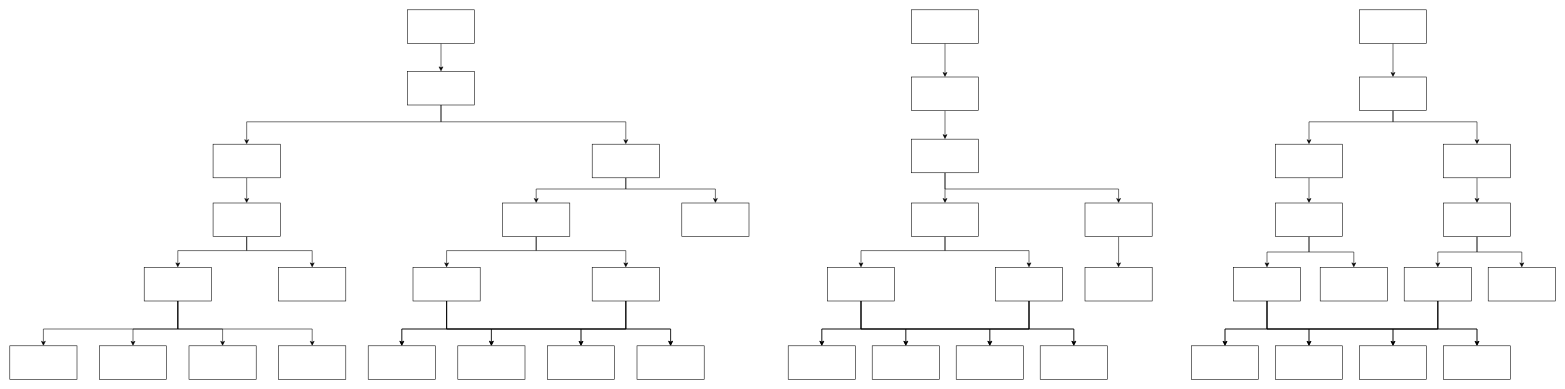
Above: page "attack-tree" (13 of 13) of assets/crypto-wallets.drawio in xujiahuayz/crypto-wallets (draw.io), before the change. Source tidied: cells renumbered, new cells numbered last; positions are measured from the earlier drawing's top-left corner, leaving out a move shared by most shapes. Both pictures are drawn from the tidied source at 56%, with x=0, y=0 at pixel (10, 10).
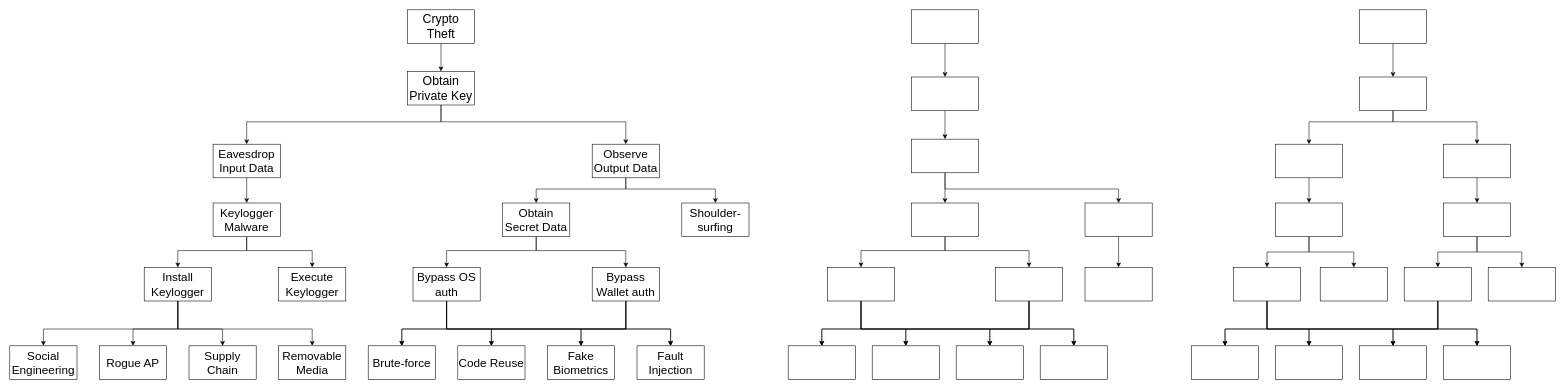
After the change.

Change to the diagram source:
```diff
@@
-    <mxCell id="2" style="rounded=0;whiteSpace=wrap;html=1;" parent="1" vertex="1">
+    <mxCell id="2" value="&lt;font style=&quot;font-size: 21px;&quot;&gt;Code Reuse&lt;/font&gt;" style="rounded=0;whiteSpace=wrap;html=1;" parent="1" vertex="1">
       <mxGeometry x="800" y="600" width="120" height="60" as="geometry" />
     </mxCell>
-    <mxCell id="3" style="rounded=0;whiteSpace=wrap;html=1;" parent="1" vertex="1">
+    <mxCell id="3" value="&lt;font style=&quot;font-size: 21px;&quot;&gt;Fake Biometrics&lt;/font&gt;" style="rounded=0;whiteSpace=wrap;html=1;" parent="1" vertex="1">
       <mxGeometry x="960" y="600" width="120" height="60" as="geometry" />
     </mxCell>
-    <mxCell id="4" style="rounded=0;whiteSpace=wrap;html=1;" parent="1" vertex="1">
+    <mxCell id="4" value="&lt;font style=&quot;font-size: 21px;&quot;&gt;Brute-force&lt;/font&gt;" style="rounded=0;whiteSpace=wrap;html=1;" parent="1" vertex="1">
       <mxGeometry x="640" y="600" width="120" height="60" as="geometry" />
     </mxCell>
-    <mxCell id="5" style="rounded=0;whiteSpace=wrap;html=1;" parent="1" vertex="1">
+    <mxCell id="5" value="&lt;font style=&quot;font-size: 21px;&quot;&gt;Fault Injection&lt;/font&gt;" style="rounded=0;whiteSpace=wrap;html=1;" parent="1" vertex="1">
       <mxGeometry x="1120" y="600" width="120" height="60" as="geometry" />
     </mxCell>
@@
-    <mxCell id="7" style="rounded=0;whiteSpace=wrap;html=1;" parent="1" vertex="1">
+    <mxCell id="7" value="&lt;font style=&quot;font-size: 21px;&quot;&gt;Removable Media&lt;/font&gt;" style="rounded=0;whiteSpace=wrap;html=1;" parent="1" vertex="1">
       <mxGeometry x="480" y="600" width="120" height="60" as="geometry" />
     </mxCell>
@@
-    <mxCell id="9" style="rounded=0;whiteSpace=wrap;html=1;" parent="1" vertex="1">
+    <mxCell id="9" value="&lt;font style=&quot;font-size: 21px;&quot;&gt;Supply Chain&lt;/font&gt;" style="rounded=0;whiteSpace=wrap;html=1;" parent="1" vertex="1">
       <mxGeometry x="320" y="600" width="120" height="60" as="geometry" />
     </mxCell>
@@
-    <mxCell id="11" style="rounded=0;whiteSpace=wrap;html=1;" parent="1" vertex="1">
+    <mxCell id="11" value="&lt;font style=&quot;font-size: 21px;&quot;&gt;Rogue AP&lt;/font&gt;" style="rounded=0;whiteSpace=wrap;html=1;" parent="1" vertex="1">
       <mxGeometry x="160" y="600" width="120" height="60" as="geometry" />
     </mxCell>
@@
-    <mxCell id="13" style="rounded=0;whiteSpace=wrap;html=1;" parent="1" vertex="1">
+    <mxCell id="13" value="&lt;font style=&quot;font-size: 21px;&quot;&gt;Social Engineering&lt;/font&gt;" style="rounded=0;whiteSpace=wrap;html=1;" parent="1" vertex="1">
       <mxGeometry y="600" width="120" height="60" as="geometry" />
     </mxCell>
-    <mxCell id="14" style="rounded=0;whiteSpace=wrap;html=1;" parent="1" vertex="1">
+    <mxCell id="14" value="&lt;font style=&quot;font-size: 21px;&quot;&gt;Install Keylogger&lt;/font&gt;" style="rounded=0;whiteSpace=wrap;html=1;" parent="1" vertex="1">
       <mxGeometry x="240" y="460" width="120" height="60" as="geometry" />
     </mxCell>
@@
-    <mxCell id="19" style="rounded=0;whiteSpace=wrap;html=1;" parent="1" vertex="1">
+    <mxCell id="19" value="&lt;font style=&quot;font-size: 21px;&quot;&gt;Bypass OS auth&lt;/font&gt;" style="rounded=0;whiteSpace=wrap;html=1;" parent="1" vertex="1">
       <mxGeometry x="720" y="460" width="120" height="60" as="geometry" />
     </mxCell>
@@
-    <mxCell id="24" style="rounded=0;whiteSpace=wrap;html=1;" parent="1" vertex="1">
+    <mxCell id="24" value="&lt;font style=&quot;font-size: 21px;&quot;&gt;Bypass Wallet auth&lt;/font&gt;" style="rounded=0;whiteSpace=wrap;html=1;" parent="1" vertex="1">
       <mxGeometry x="1040" y="460" width="120" height="60" as="geometry" />
     </mxCell>
-    <mxCell id="25" style="rounded=0;whiteSpace=wrap;html=1;" parent="1" vertex="1">
+    <mxCell id="25" value="&lt;font style=&quot;font-size: 21px;&quot;&gt;Execute Keylogger&lt;/font&gt;" style="rounded=0;whiteSpace=wrap;html=1;" parent="1" vertex="1">
       <mxGeometry x="480" y="460" width="120" height="60" as="geometry" />
     </mxCell>
@@
-    <mxCell id="28" style="rounded=0;whiteSpace=wrap;html=1;" parent="1" vertex="1">
+    <mxCell id="28" value="&lt;font style=&quot;font-size: 21px;&quot;&gt;Keylogger Malware&lt;/font&gt;" style="rounded=0;whiteSpace=wrap;html=1;" parent="1" vertex="1">
       <mxGeometry x="363" y="345" width="120" height="60" as="geometry" />
     </mxCell>
@@
-    <mxCell id="31" style="rounded=0;whiteSpace=wrap;html=1;" parent="1" vertex="1">
+    <mxCell id="31" value="&lt;font style=&quot;font-size: 21px;&quot;&gt;Obtain Secret Data&lt;/font&gt;" style="rounded=0;whiteSpace=wrap;html=1;" parent="1" vertex="1">
       <mxGeometry x="880" y="345" width="120" height="60" as="geometry" />
     </mxCell>
-    <mxCell id="32" style="rounded=0;whiteSpace=wrap;html=1;" parent="1" vertex="1">
+    <mxCell id="32" value="&lt;font style=&quot;font-size: 21px;&quot;&gt;Shoulder-surfing&lt;/font&gt;" style="rounded=0;whiteSpace=wrap;html=1;" parent="1" vertex="1">
       <mxGeometry x="1200" y="345" width="120" height="60" as="geometry" />
     </mxCell>
@@
-    <mxCell id="35" style="rounded=0;whiteSpace=wrap;html=1;" parent="1" vertex="1">
+    <mxCell id="35" value="&lt;font style=&quot;font-size: 21px;&quot;&gt;Observe Output Data&lt;/font&gt;" style="rounded=0;whiteSpace=wrap;html=1;" parent="1" vertex="1">
       <mxGeometry x="1040" y="240" width="120" height="60" as="geometry" />
     </mxCell>
@@
-    <mxCell id="37" style="rounded=0;whiteSpace=wrap;html=1;" parent="1" vertex="1">
+    <mxCell id="37" value="&lt;font style=&quot;font-size: 21px;&quot;&gt;Eavesdrop Input Data&lt;/font&gt;" style="rounded=0;whiteSpace=wrap;html=1;" parent="1" vertex="1">
       <mxGeometry x="363" y="240" width="120" height="60" as="geometry" />
     </mxCell>
@@
-    <mxCell id="40" style="rounded=0;whiteSpace=wrap;html=1;" parent="1" vertex="1">
+    <mxCell id="40" value="&lt;font style=&quot;font-size: 22px;&quot;&gt;Obtain Private Key&lt;/font&gt;" style="rounded=0;whiteSpace=wrap;html=1;" parent="1" vertex="1">
       <mxGeometry x="710" y="110" width="120" height="60" as="geometry" />
     </mxCell>
@@
-    <mxCell id="42" style="rounded=0;whiteSpace=wrap;html=1;" parent="1" vertex="1">
+    <mxCell id="42" value="&lt;font style=&quot;font-size: 22px;&quot;&gt;Crypto Theft&lt;/font&gt;" style="rounded=0;whiteSpace=wrap;html=1;" parent="1" vertex="1">
       <mxGeometry x="710" width="120" height="60" as="geometry" />
     </mxCell>
```
